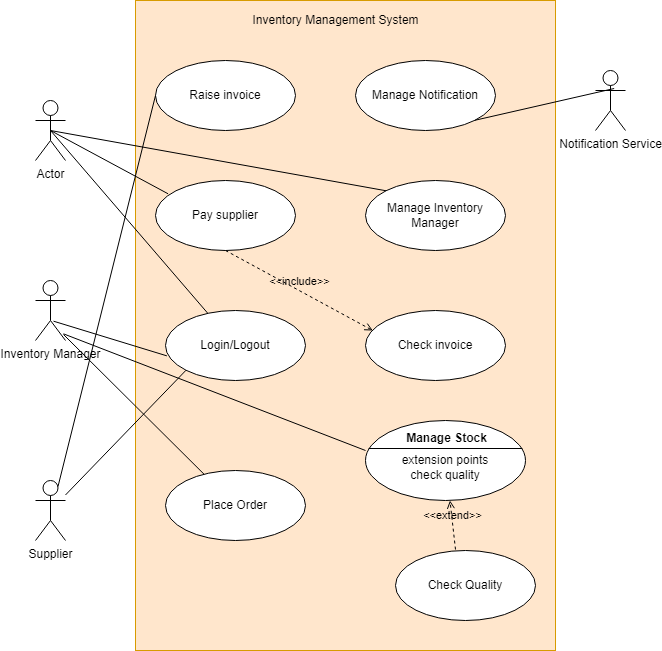
The draw.io diagram InventoryManagementSystem4.drawio.png in hrk-berserker27/hrk-berserker27, before a commit. Source tidied: cells renumbered, new cells last; positions are measured from the earlier drawing's top-left corner, leaving out a move shared by most shapes.
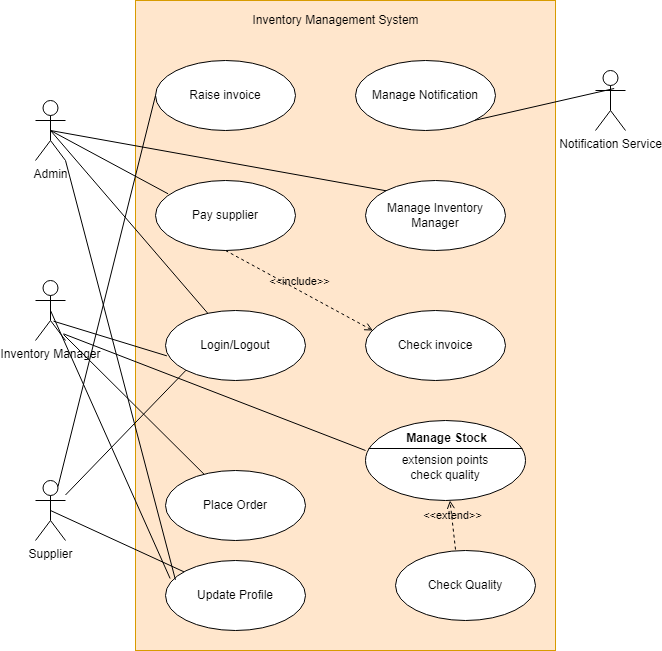
The same file after the commit.

The edit, as a diff of the source:
```diff
@@ -5,7 +5,7 @@
     <mxCell id="2" style="rounded=0;whiteSpace=wrap;html=1;fillColor=#ffe6cc;strokeColor=#d79b00;" parent="1" vertex="1">
       <mxGeometry x="100" width="420" height="650" as="geometry" />
     </mxCell>
-    <mxCell id="3" value="Actor" style="shape=umlActor;verticalLabelPosition=bottom;verticalAlign=top;html=1;" parent="1" vertex="1">
+    <mxCell id="3" value="Admin" style="shape=umlActor;verticalLabelPosition=bottom;verticalAlign=top;html=1;" parent="1" vertex="1">
       <mxGeometry y="100" width="30" height="60" as="geometry" />
     </mxCell>
     <mxCell id="4" value="Inventory Manager" style="shape=umlActor;verticalLabelPosition=bottom;verticalAlign=top;html=1;" parent="1" vertex="1">
@@ -90,5 +90,17 @@
     <mxCell id="29" style="endArrow=none;html=1;rounded=0;entryX=0;entryY=1;entryDx=0;entryDy=0;" parent="1" edge="1" source="5" target="9">
       <mxGeometry relative="1" as="geometry" />
     </mxCell>
+    <mxCell id="30" value="Update Profile" style="ellipse;whiteSpace=wrap;html=1;" parent="1" vertex="1">
+      <mxGeometry x="130" y="560" width="140" height="70" as="geometry" />
+    </mxCell>
+    <mxCell id="31" style="endArrow=none;html=1;rounded=0;exitX=1;exitY=1;exitDx=0;exitDy=0;exitPerimeter=0;entryX=0.071;entryY=0.276;entryDx=0;entryDy=0;entryPerimeter=0;" parent="1" edge="1" source="3" target="30">
+      <mxGeometry relative="1" as="geometry" />
+    </mxCell>
+    <mxCell id="32" style="endArrow=none;html=1;rounded=0;exitX=0.5;exitY=0.5;exitDx=0;exitDy=0;exitPerimeter=0;" parent="1" edge="1" source="5" target="30">
+      <mxGeometry relative="1" as="geometry" />
+    </mxCell>
+    <mxCell id="33" style="endArrow=none;html=1;rounded=0;exitX=0.5;exitY=0.5;exitDx=0;exitDy=0;exitPerimeter=0;entryX=0.033;entryY=0.257;entryDx=0;entryDy=0;entryPerimeter=0;" parent="1" edge="1" source="4" target="30">
+      <mxGeometry relative="1" as="geometry" />
+    </mxCell>
   </root>
 </mxGraphModel>
```
